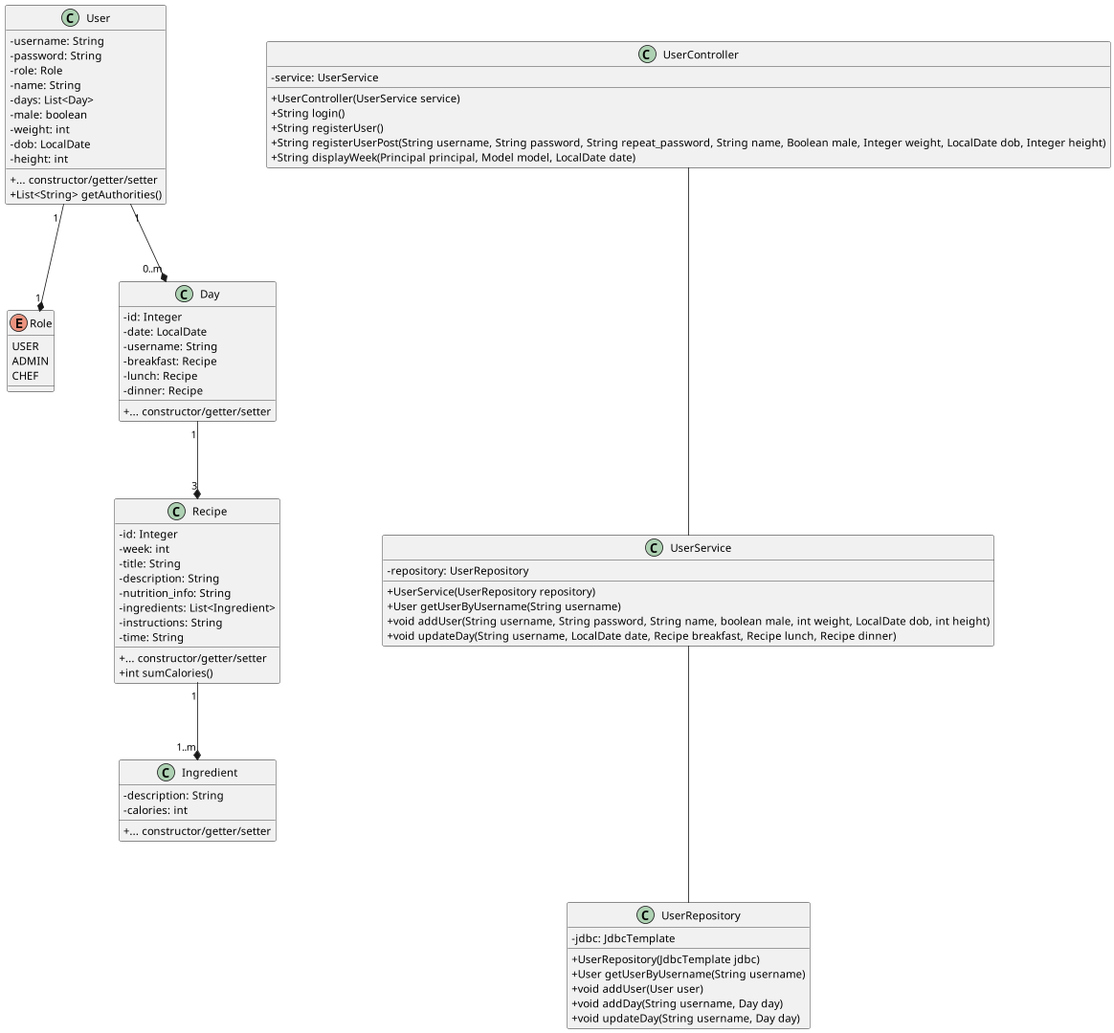
Above: diagram/class-diagram.png in sofush/kostplan (PlantUML), before the change.
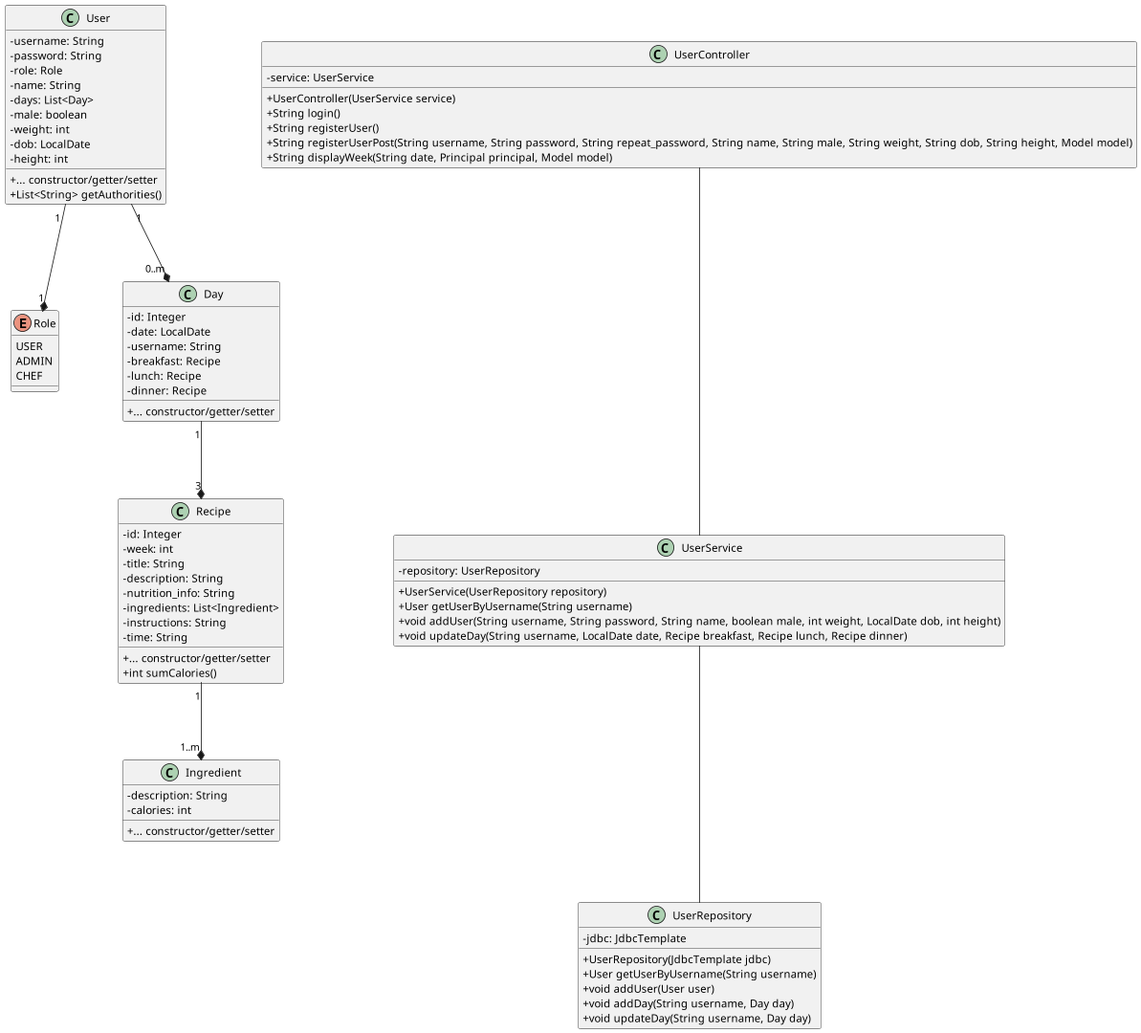
The same file after the commit.

Commit message:
docs: update Controller method parameters to be of String type

The edit, as a diff of the source:
```diff
@@ -50,8 +50,8 @@
 	+ UserController(UserService service)
 	+ String login()
 	+ String registerUser()
-	+ String registerUserPost(String username, String password, String repeat_password, String name, Boolean male, Integer weight, LocalDate dob, Integer height)
-	+ String displayWeek(Principal principal, Model model, LocalDate date)
+	+ String registerUserPost(String username, String password, String repeat_password, String name, String male, String weight, String dob, String height, Model model)
+	+ String displayWeek(String date, Principal principal, Model model)
 }
 class UserService {
 	- repository: UserRepository
```
